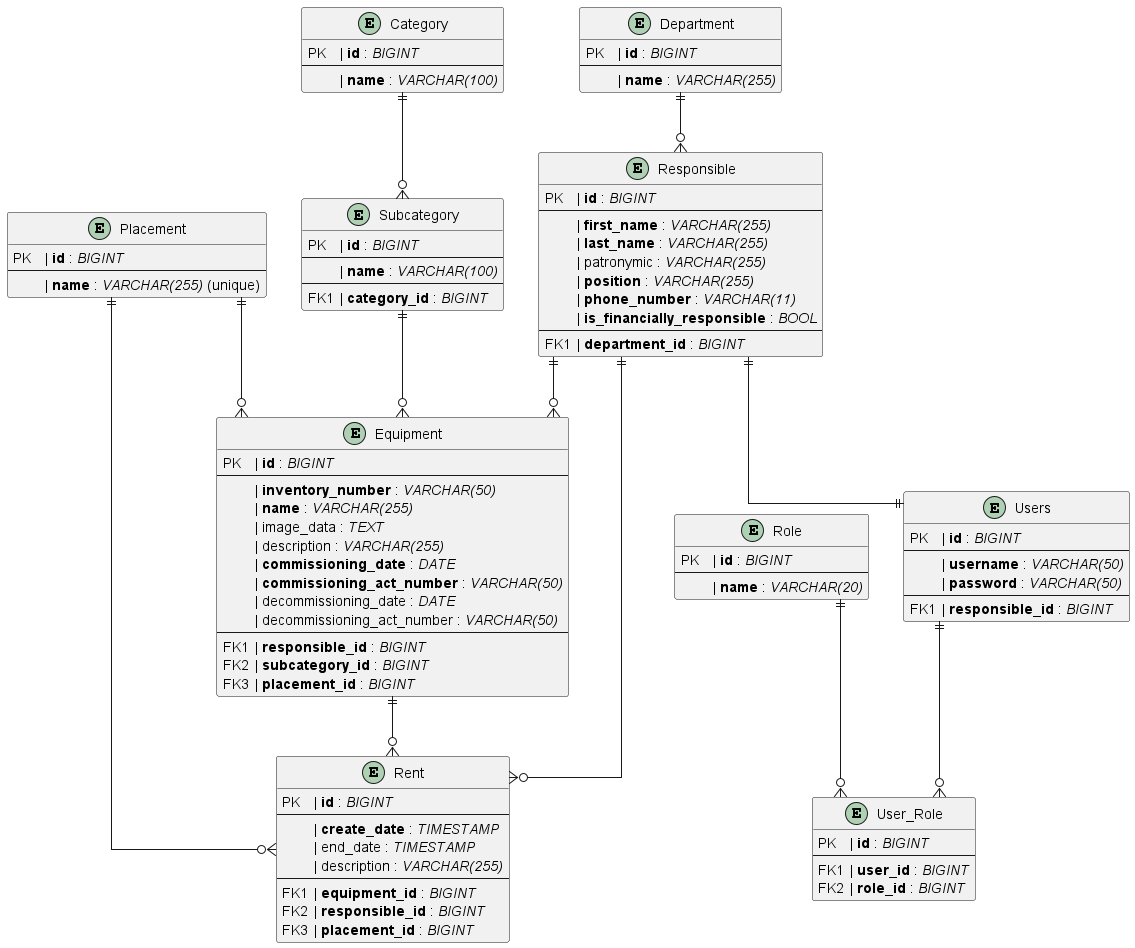
http3ac3/mtru-server keeps this PlantUML diagram as docs/er.png. Above is the earlier version.
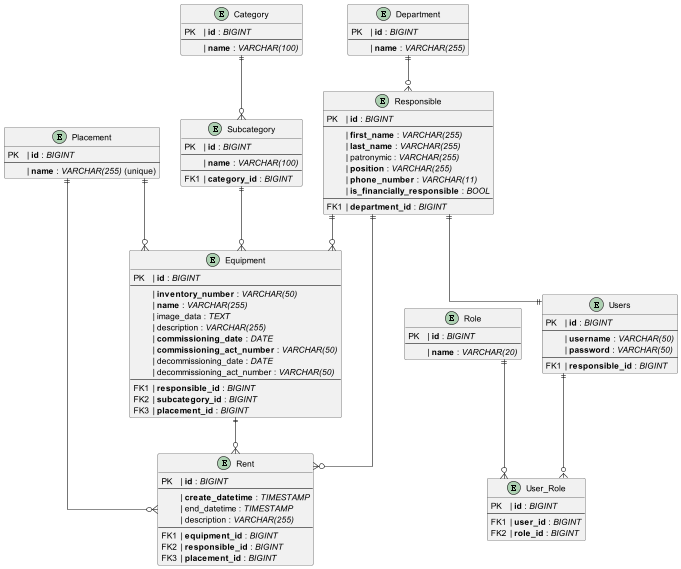
Above is the later version.

The edit, as a diff of the source:
```diff
@@ -61,8 +61,8 @@
 entity Rent {
   PK\t| **id** : //BIGINT//
   --
-    \t| **create_date** : //TIMESTAMP//
-    \t| end_date : //TIMESTAMP//
+    \t| **create_datetime** : //TIMESTAMP//
+    \t| end_datetime : //TIMESTAMP//
     \t| description : //VARCHAR(255)//
   --
   FK1\t| **equipment_id** : //BIGINT//
```
